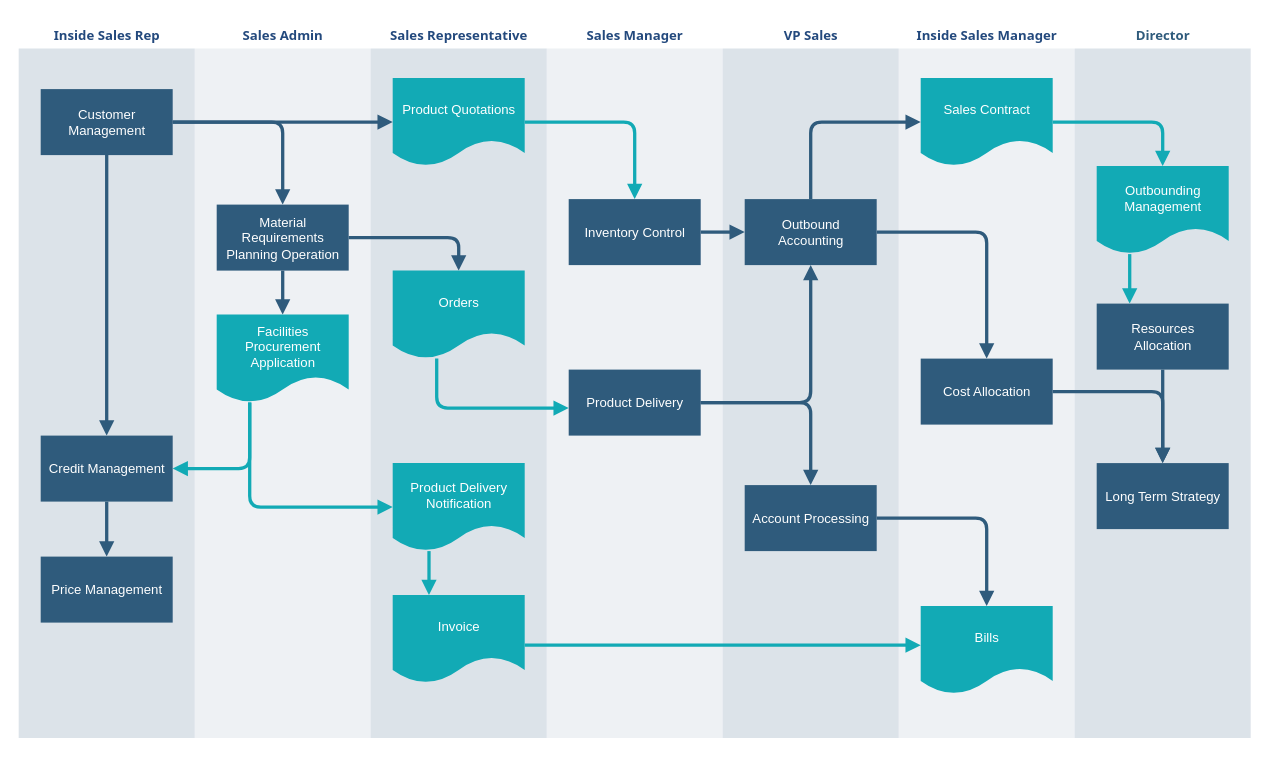
akkkriver/diagramswork keeps this draw.io diagram as newsampleapplication.drawio. Above is the earlier version. Source tidied: cells renumbered, new cells numbered last; positions are measured from the earlier drawing's top-left corner, leaving out a move shared by most shapes. Both pictures are drawn from the tidied source at 110%, with x=0, y=0 at pixel (18, 22).
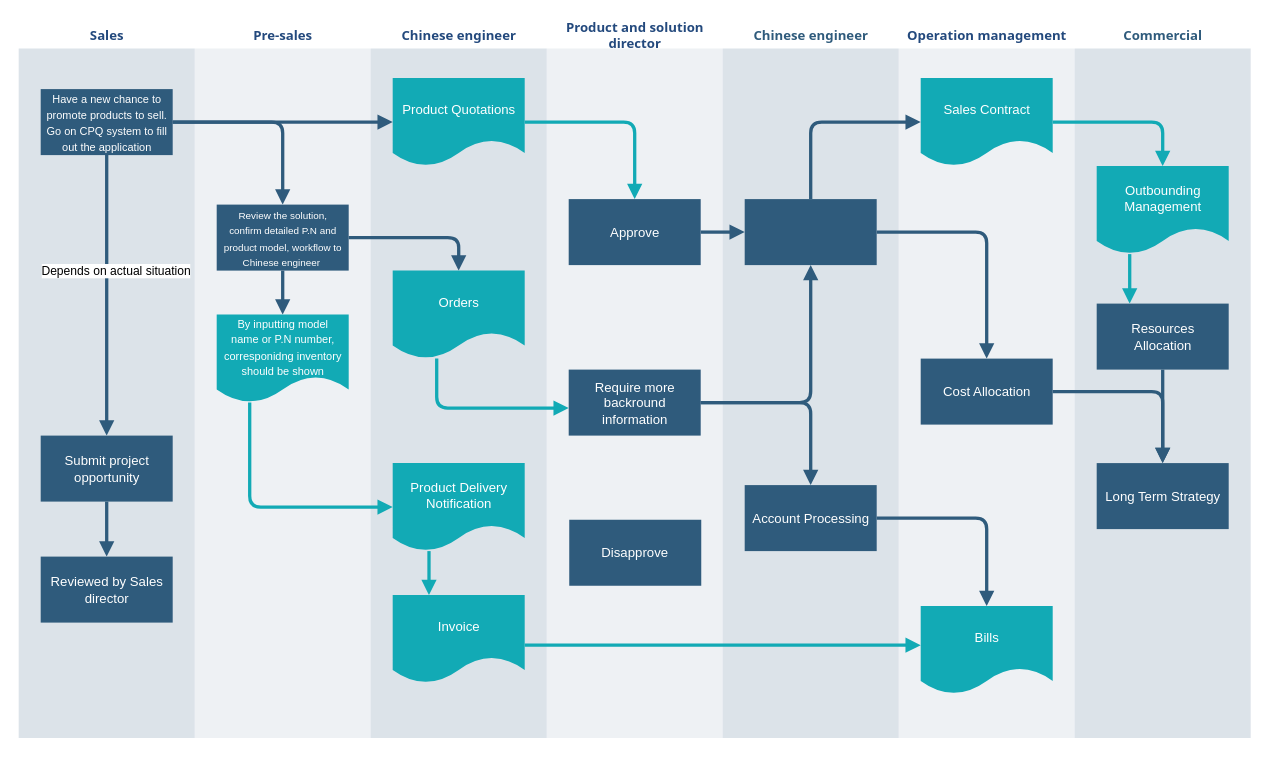
After the change.

Unchanged cells that the change refers to:
```xml
<mxCell id="7" style="edgeStyle=segmentEdgeStyle;strokeColor=#2F5B7C;strokeWidth=3;html=1;endArrow=block;endFill=1;" parent="2" edge="1" source="3" target="4">
  <mxGeometry relative="1" as="geometry" />
</mxCell>
```

What changed in the source:
```diff
@@
-    <mxCell id="2" value="&lt;font color=&quot;#23497d&quot;&gt;Inside Sales Rep&lt;/font&gt;" style="swimlane;whiteSpace=wrap;fillColor=none;swimlaneFillColor=#BAC8D3;fontColor=#2F5B7C;fontFamily=Tahoma;html=1;strokeColor=none;opacity=50;" parent="1" vertex="1">
+    <mxCell id="2" value="&lt;font color=&quot;#23497d&quot;&gt;Sales&lt;/font&gt;" style="swimlane;whiteSpace=wrap;fillColor=none;swimlaneFillColor=#BAC8D3;fontColor=#2F5B7C;fontFamily=Tahoma;html=1;strokeColor=none;opacity=50;" parent="1" vertex="1">
       <mxGeometry x="0.5" y="0.5" width="160" height="650" as="geometry" />
     </mxCell>
-    <mxCell id="3" value="Customer Management" style="whiteSpace=wrap;shadow=0;fontColor=#FFFFFF;fontFamily=Helvetica;fontStyle=0;html=1;fontSize=12;plain-purple;strokeColor=none;fillColor=#2f5b7c;gradientColor=none;spacing=6;verticalAlign=middle;" parent="2" vertex="1">
+    <mxCell id="3" value="&lt;font style=&quot;font-size: 10px;&quot;&gt;Have a new chance to promote products to sell. Go on CPQ system to fill out the application&lt;/font&gt;" style="whiteSpace=wrap;shadow=0;fontColor=#FFFFFF;fontFamily=Helvetica;fontStyle=0;html=1;fontSize=12;plain-purple;strokeColor=none;fillColor=#2f5b7c;gradientColor=none;spacing=6;verticalAlign=middle;" parent="2" vertex="1">
       <mxGeometry x="20" y="60" width="120" height="60" as="geometry" />
     </mxCell>
-    <mxCell id="4" value="Credit Management" style="whiteSpace=wrap;strokeColor=none;fillColor=#2f5b7c;shadow=0;fontColor=#FFFFFF;fontFamily=Helvetica;fontStyle=0;html=1;fontSize=12;spacing=6;verticalAlign=middle;" parent="2" vertex="1">
+    <mxCell id="4" value="Submit project opportunity" style="whiteSpace=wrap;strokeColor=none;fillColor=#2f5b7c;shadow=0;fontColor=#FFFFFF;fontFamily=Helvetica;fontStyle=0;html=1;fontSize=12;spacing=6;verticalAlign=middle;" parent="2" vertex="1">
       <mxGeometry x="20" y="375" width="120" height="60" as="geometry" />
     </mxCell>
-    <mxCell id="5" value="Price Management" style="whiteSpace=wrap;strokeColor=none;fillColor=#2f5b7c;shadow=0;fontColor=#FFFFFF;fontFamily=Helvetica;fontStyle=0;html=1;fontSize=12;spacing=6;verticalAlign=middle;" parent="2" vertex="1">
+    <mxCell id="5" value="Reviewed by Sales director" style="whiteSpace=wrap;strokeColor=none;fillColor=#2f5b7c;shadow=0;fontColor=#FFFFFF;fontFamily=Helvetica;fontStyle=0;html=1;fontSize=12;spacing=6;verticalAlign=middle;" parent="2" vertex="1">
       <mxGeometry x="20" y="485" width="120" height="60" as="geometry" />
     </mxCell>
@@
+    <mxCell id="50" value="Depends on actual situation" style="edgeLabel;html=1;align=center;verticalAlign=middle;" parent="7" vertex="1">
+      <mxGeometry x="-0.46" y="8" relative="1" as="geometry">
+        <mxPoint y="36" as="offset" />
+      </mxGeometry>
+    </mxCell>
-    <mxCell id="8" value="&lt;font color=&quot;#23497d&quot;&gt;Inside Sales Manager&lt;/font&gt;" style="swimlane;whiteSpace=wrap;fillColor=none;swimlaneFillColor=#BAC8D3;fontColor=#2F5B7C;fontFamily=Tahoma;html=1;strokeColor=none;opacity=25;" parent="1" vertex="1">
+    <mxCell id="8" value="&lt;font color=&quot;#23497d&quot;&gt;Operation management&lt;/font&gt;" style="swimlane;whiteSpace=wrap;fillColor=none;swimlaneFillColor=#BAC8D3;fontColor=#2F5B7C;fontFamily=Tahoma;html=1;strokeColor=none;opacity=25;" parent="1" vertex="1">
       <mxGeometry x="800.5" y="0.5" width="160" height="650" as="geometry" />
     </mxCell>
@@
-    <mxCell id="12" value="&lt;font color=&quot;#23497d&quot;&gt;VP Sales&lt;/font&gt;" style="swimlane;whiteSpace=wrap;fillColor=none;swimlaneFillColor=#BAC8D3;fontColor=#2F5B7C;fontFamily=Tahoma;html=1;strokeColor=none;opacity=50;" parent="1" vertex="1">
+    <mxCell id="12" value="Chinese engineer" style="swimlane;whiteSpace=wrap;fillColor=none;swimlaneFillColor=#BAC8D3;fontColor=#2F5B7C;fontFamily=Tahoma;html=1;strokeColor=none;opacity=50;startSize=23;" parent="1" vertex="1">
       <mxGeometry x="640.5" y="0.5" width="160" height="650" as="geometry" />
     </mxCell>
-    <mxCell id="13" value="Outbound Accounting" style="whiteSpace=wrap;fillColor=#2f5b7c;strokeColor=none;shadow=0;fontColor=#FFFFFF;fontFamily=Helvetica;fontStyle=0;html=1;fontSize=12;spacing=6;verticalAlign=middle;" parent="12" vertex="1">
+    <mxCell id="13" style="whiteSpace=wrap;fillColor=#2f5b7c;strokeColor=none;shadow=0;fontColor=#FFFFFF;fontFamily=Helvetica;fontStyle=0;html=1;fontSize=12;spacing=6;verticalAlign=middle;" parent="12" vertex="1">
       <mxGeometry x="20" y="160" width="120" height="60" as="geometry" />
     </mxCell>
@@
-    <mxCell id="15" value="&lt;font color=&quot;#23497d&quot;&gt;Sales Admin&lt;/font&gt;" style="swimlane;whiteSpace=wrap;fillColor=none;swimlaneFillColor=#BAC8D3;fontColor=#2F5B7C;fontFamily=Tahoma;html=1;strokeColor=none;opacity=25;" parent="1" vertex="1">
+    <mxCell id="15" value="&lt;font color=&quot;#23497d&quot;&gt;Pre-sales&lt;/font&gt;" style="swimlane;whiteSpace=wrap;fillColor=none;swimlaneFillColor=#BAC8D3;fontColor=#2F5B7C;fontFamily=Tahoma;html=1;strokeColor=none;opacity=25;startSize=23;" parent="1" vertex="1">
       <mxGeometry x="160.5" y="0.5" width="160" height="650" as="geometry" />
     </mxCell>
-    <mxCell id="16" value="Material Requirements Planning Operation" style="whiteSpace=wrap;shadow=0;fontColor=#FFFFFF;fontFamily=Helvetica;fontStyle=0;html=1;fontSize=12;plain-purple;strokeColor=none;fillColor=#2f5b7c;gradientColor=none;spacing=6;verticalAlign=middle;" parent="15" vertex="1">
+    <mxCell id="16" value="&lt;font style=&quot;font-size: 9px;&quot;&gt;Review the solution, confirm detailed P.N and product model, workflow to Chinese engineer&amp;nbsp;&lt;/font&gt;" style="whiteSpace=wrap;shadow=0;fontColor=#FFFFFF;fontFamily=Helvetica;fontStyle=0;html=1;fontSize=12;plain-purple;strokeColor=none;fillColor=#2f5b7c;gradientColor=none;spacing=6;verticalAlign=middle;" parent="15" vertex="1">
       <mxGeometry x="20" y="165" width="120" height="60" as="geometry" />
     </mxCell>
-    <mxCell id="17" value="&lt;font color=&quot;#ffffff&quot;&gt;Facilities Procurement&lt;br&gt;Application&lt;/font&gt;&lt;br&gt; " style="shape=document;whiteSpace=wrap;verticalAlign=middle;strokeColor=none;fillColor=#12aab5;shadow=0;fontColor=#FFFFFF;fontFamily=Helvetica;fontStyle=0;html=1;fontSize=12;spacing=6;spacingBottom=22;" parent="15" vertex="1">
+    <mxCell id="17" value="&lt;font style=&quot;font-size: 10px;&quot;&gt;By inputting model name or P.N number, corresponidng inventory should be shown&lt;/font&gt;&lt;br&gt; " style="shape=document;whiteSpace=wrap;verticalAlign=middle;strokeColor=none;fillColor=#12aab5;shadow=0;fontColor=#FFFFFF;fontFamily=Helvetica;fontStyle=0;html=1;fontSize=12;spacing=6;spacingBottom=22;" parent="15" vertex="1">
       <mxGeometry x="20" y="265" width="120" height="80" as="geometry" />
     </mxCell>
@@
-    <mxCell id="19" value="&lt;font color=&quot;#23497d&quot;&gt;Sales Representative&lt;/font&gt;" style="swimlane;whiteSpace=wrap;fillColor=none;swimlaneFillColor=#BAC8D3;fontColor=#2F5B7C;fontFamily=Tahoma;html=1;strokeColor=none;opacity=50;" parent="1" vertex="1">
+    <mxCell id="19" value="&lt;font color=&quot;#23497d&quot;&gt;Chinese engineer&lt;/font&gt;" style="swimlane;whiteSpace=wrap;fillColor=none;swimlaneFillColor=#BAC8D3;fontColor=#2F5B7C;fontFamily=Tahoma;html=1;strokeColor=none;opacity=50;" parent="1" vertex="1">
       <mxGeometry x="320.5" y="0.5" width="160" height="650" as="geometry" />
     </mxCell>
@@
-    <mxCell id="25" value="&lt;font color=&quot;#23497d&quot;&gt;Sales Manager&lt;/font&gt;" style="swimlane;whiteSpace=wrap;fillColor=none;swimlaneFillColor=#BAC8D3;fontColor=#2F5B7C;fontFamily=Tahoma;html=1;strokeColor=none;opacity=25;" parent="1" vertex="1">
+    <mxCell id="25" value="&lt;font color=&quot;#23497d&quot;&gt;Product and solution director&lt;/font&gt;" style="swimlane;whiteSpace=wrap;fillColor=none;swimlaneFillColor=#BAC8D3;fontColor=#2F5B7C;fontFamily=Tahoma;html=1;strokeColor=none;opacity=25;" parent="1" vertex="1">
       <mxGeometry x="480.5" y="0.5" width="160" height="650" as="geometry" />
     </mxCell>
-    <mxCell id="26" value="Inventory Control" style="whiteSpace=wrap;strokeColor=none;fillColor=#2f5b7c;shadow=0;fontColor=#FFFFFF;fontFamily=Helvetica;fontStyle=0;html=1;fontSize=12;spacing=6;verticalAlign=middle;" parent="25" vertex="1">
+    <mxCell id="26" value="Approve" style="whiteSpace=wrap;strokeColor=none;fillColor=#2f5b7c;shadow=0;fontColor=#FFFFFF;fontFamily=Helvetica;fontStyle=0;html=1;fontSize=12;spacing=6;verticalAlign=middle;" parent="25" vertex="1">
       <mxGeometry x="20" y="160" width="120" height="60" as="geometry" />
     </mxCell>
-    <mxCell id="27" value="Product Delivery" style="whiteSpace=wrap;strokeColor=none;fillColor=#2f5b7c;shadow=0;fontColor=#FFFFFF;fontFamily=Helvetica;fontStyle=0;html=1;fontSize=12;spacing=6;verticalAlign=middle;" parent="25" vertex="1">
+    <mxCell id="27" value="Require more backround information" style="whiteSpace=wrap;strokeColor=none;fillColor=#2f5b7c;shadow=0;fontColor=#FFFFFF;fontFamily=Helvetica;fontStyle=0;html=1;fontSize=12;spacing=6;verticalAlign=middle;" parent="25" vertex="1">
       <mxGeometry x="20" y="315" width="120" height="60" as="geometry" />
     </mxCell>
+    <mxCell id="51" value="Disapprove" style="whiteSpace=wrap;strokeColor=none;fillColor=#2f5b7c;shadow=0;fontColor=#FFFFFF;fontFamily=Helvetica;fontStyle=0;html=1;fontSize=12;spacing=6;verticalAlign=middle;" parent="25" vertex="1">
+      <mxGeometry x="20.5" y="451.5" width="120" height="60" as="geometry" />
+    </mxCell>
-    <mxCell id="28" value="Director" style="swimlane;whiteSpace=wrap;fillColor=none;swimlaneFillColor=#BAC8D3;fontColor=#2F5B7C;fontFamily=Tahoma;html=1;strokeColor=none;opacity=50;" parent="1" vertex="1">
+    <mxCell id="28" value="Commercial" style="swimlane;whiteSpace=wrap;fillColor=none;swimlaneFillColor=#BAC8D3;fontColor=#2F5B7C;fontFamily=Tahoma;html=1;strokeColor=none;opacity=50;startSize=23;" parent="1" vertex="1">
       <mxGeometry x="960.5" y="0.5" width="160" height="650" as="geometry" />
     </mxCell>
@@
-    <mxCell id="35" style="edgeStyle=segmentEdgeStyle;strokeColor=#12AAB5;strokeWidth=3;html=1;endArrow=block;endFill=1;" parent="1" edge="1" source="17" target="4">
-      <mxGeometry x="164.5" y="433.5" as="geometry">
-        <Array as="points">
-          <mxPoint x="210.5" y="405.5" />
-        </Array>
-      </mxGeometry>
-    </mxCell>
```
